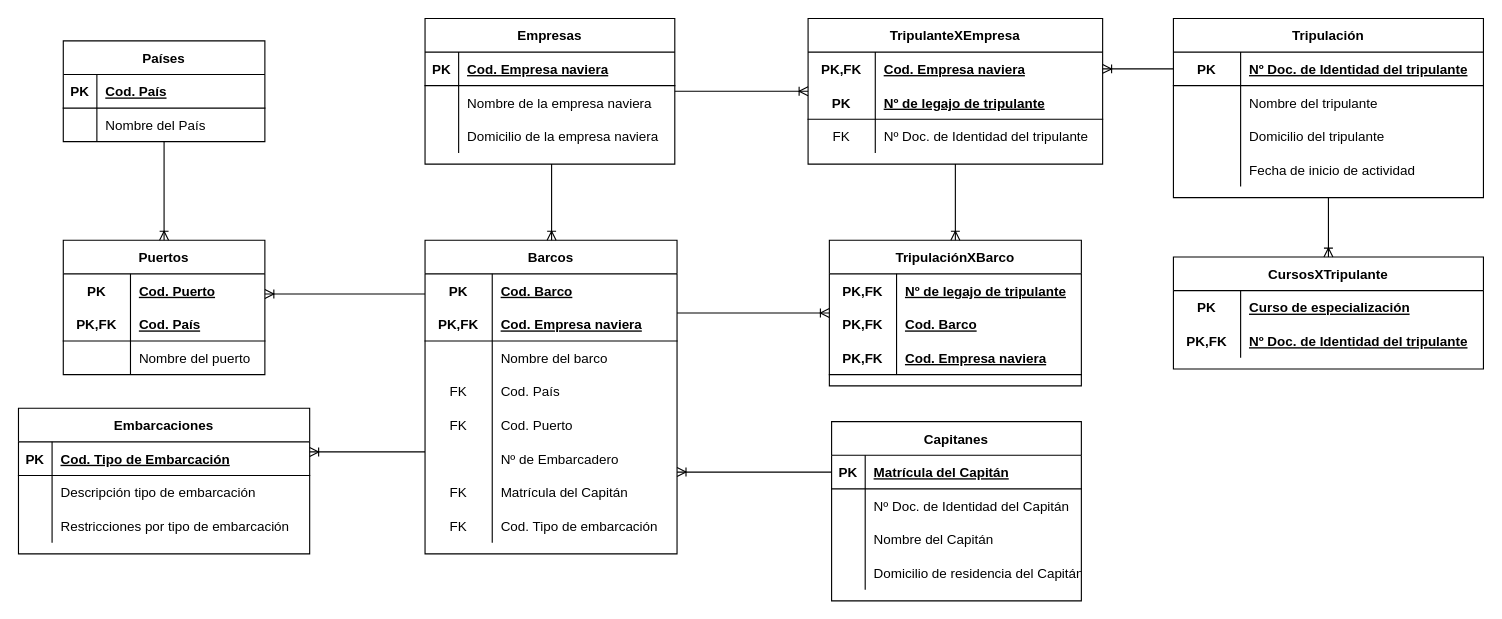
FedericoRocca/DyADDBB_1erCuatrimestre_2021 keeps this draw.io diagram as TPI_Barcos/DER_Puyelli.drawio. Above is the earlier version. Source tidied: cells renumbered, new cells numbered last; positions are measured from the earlier drawing's top-left corner, leaving out a move shared by most shapes. Both pictures are drawn from the tidied source at 112%, with x=0, y=0 at pixel (18, 18).
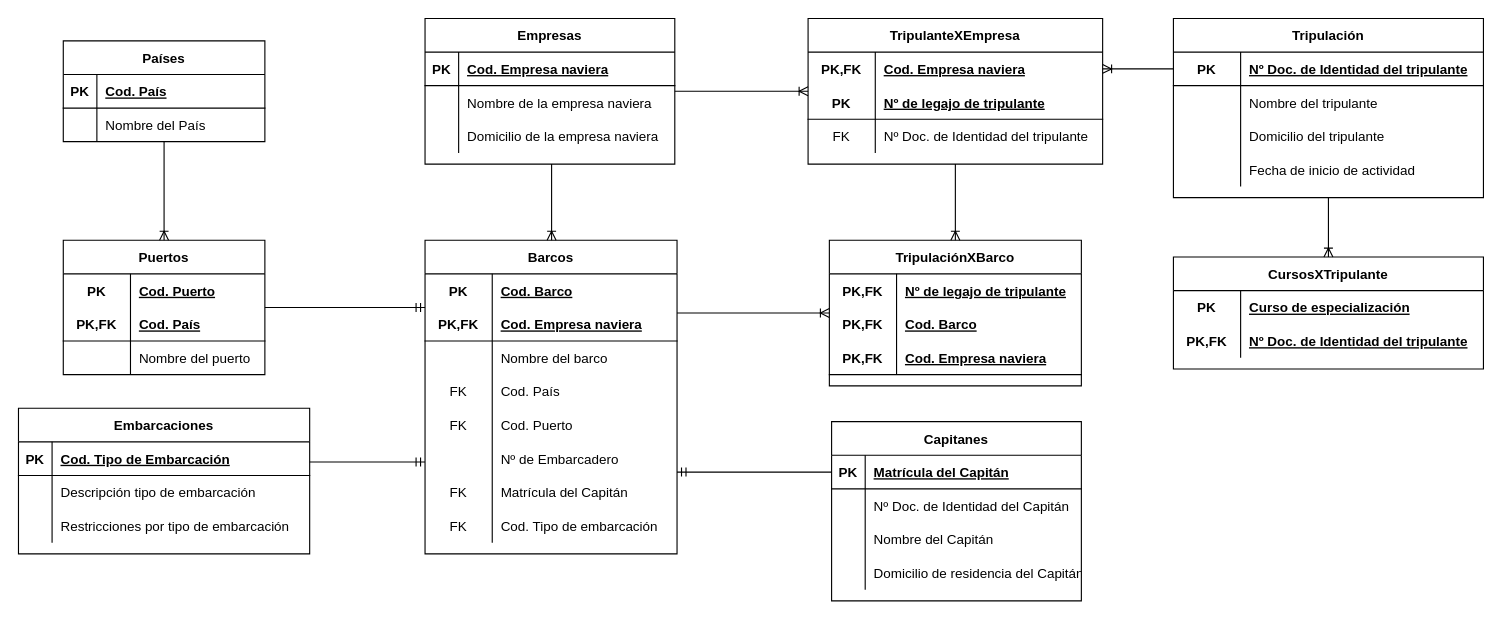
After the change.

The change refers to these unchanged cells:
```xml
<mxCell id="9" value="Puertos" style="shape=table;startSize=30;childLayout=tableLayout;rowLines=0;fontStyle=1;align=center;" parent="1" vertex="1">
  <mxGeometry x="40" y="198" width="180" height="120" as="geometry" />
</mxCell>
<mxCell id="19" value="Embarcaciones" style="shape=table;startSize=30;childLayout=tableLayout;rowLines=0;fontStyle=1;align=center;" parent="1" vertex="1">
  <mxGeometry y="348" width="260" height="130" as="geometry" />
</mxCell>
<mxCell id="29" value="Barcos" style="shape=table;startSize=30;childLayout=tableLayout;rowLines=0;fontStyle=1;align=center;" parent="1" vertex="1">
  <mxGeometry x="363" y="198" width="225" height="280" as="geometry" />
</mxCell>
<mxCell id="103" value="Capitanes" style="shape=table;startSize=30;childLayout=tableLayout;rowLines=0;fontStyle=1;align=center;" parent="1" vertex="1">
  <mxGeometry x="726" y="360" width="223" height="160" as="geometry" />
</mxCell>
```

What changed in the source:
```diff
@@
+    <mxCell id="127" style="edgeStyle=orthogonalEdgeStyle;rounded=0;jettySize=auto;html=1;startArrow=none;startFill=0;endArrow=ERmandOne;endFill=0;" parent="1" edge="1" source="9" target="29">
+      <mxGeometry relative="1" as="geometry">
+        <Array as="points">
+          <mxPoint x="345" y="258" />
+          <mxPoint x="345" y="258" />
+        </Array>
+      </mxGeometry>
+    </mxCell>
@@
+    <mxCell id="128" style="edgeStyle=orthogonalEdgeStyle;rounded=0;jettySize=auto;html=1;startArrow=none;startFill=0;endArrow=ERmandOne;endFill=0;" parent="1" edge="1" source="19" target="29">
+      <mxGeometry relative="1" as="geometry">
+        <Array as="points">
+          <mxPoint x="318" y="396" />
+          <mxPoint x="318" y="396" />
+        </Array>
+      </mxGeometry>
+    </mxCell>
@@
-    <mxCell id="98" style="edgeStyle=orthogonalEdgeStyle;fontSize=12;html=1;endArrow=ERoneToMany;" parent="1" edge="1" source="29" target="19">
-      <mxGeometry relative="1" as="geometry">
-        <Array as="points">
-          <mxPoint x="309" y="387" />
-          <mxPoint x="309" y="387" />
-        </Array>
-      </mxGeometry>
-    </mxCell>
-    <mxCell id="99" style="edgeStyle=orthogonalEdgeStyle;fontSize=12;html=1;endArrow=ERoneToMany;" parent="1" edge="1" source="29" target="9">
-      <mxGeometry relative="1" as="geometry">
-        <Array as="points">
-          <mxPoint x="291" y="246" />
-          <mxPoint x="291" y="246" />
-        </Array>
-      </mxGeometry>
-    </mxCell>
@@
-    <mxCell id="102" style="edgeStyle=orthogonalEdgeStyle;rounded=0;jettySize=auto;html=1;endArrow=ERoneToMany;endFill=0;" parent="1" edge="1" source="103" target="29">
+    <mxCell id="102" style="edgeStyle=orthogonalEdgeStyle;rounded=0;jettySize=auto;html=1;endArrow=ERmandOne;endFill=0;startArrow=none;startFill=0;" parent="1" edge="1" source="103" target="29">
       <mxGeometry relative="1" as="geometry">
         <Array as="points">
           <mxPoint x="669" y="405" />
           <mxPoint x="669" y="405" />
         </Array>
       </mxGeometry>
     </mxCell>
```
